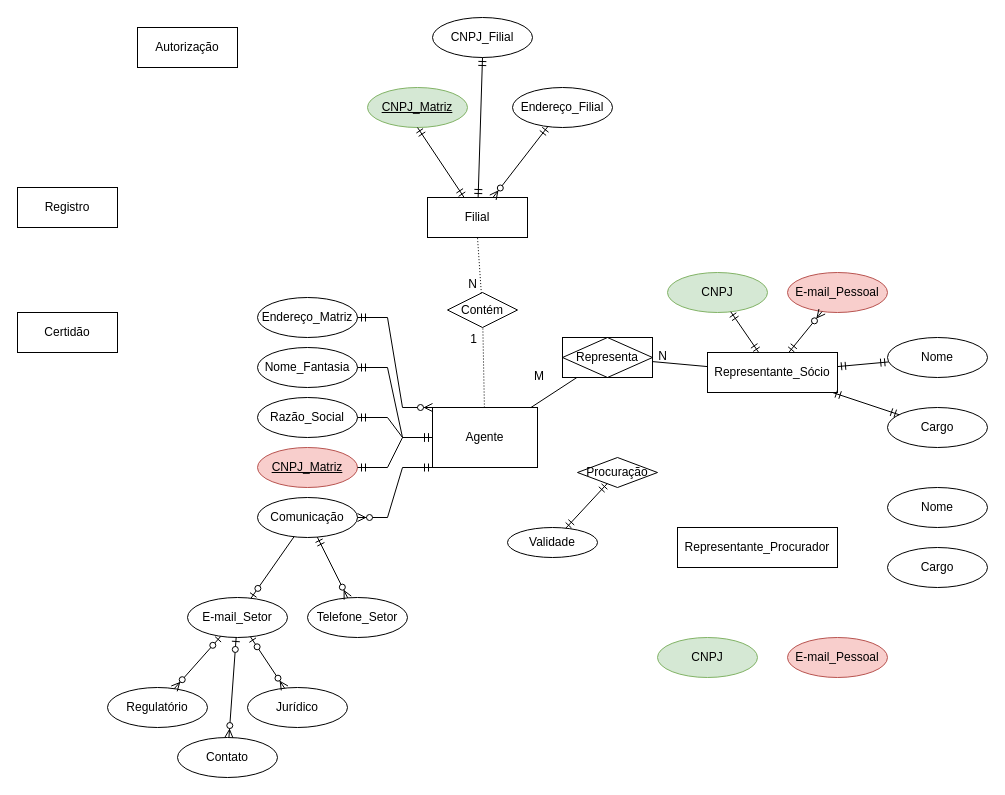
GustavoCoutinhoAraujo/GustavoCoutinhoAraujo keeps this draw.io diagram as Cadastro.drawio. Above is the earlier version. Source tidied: cells renumbered, new cells numbered last; positions are measured from the earlier drawing's top-left corner, leaving out a move shared by most shapes. Both pictures are drawn from the tidied source at 100%, with x=0, y=0 at pixel (17, 17).
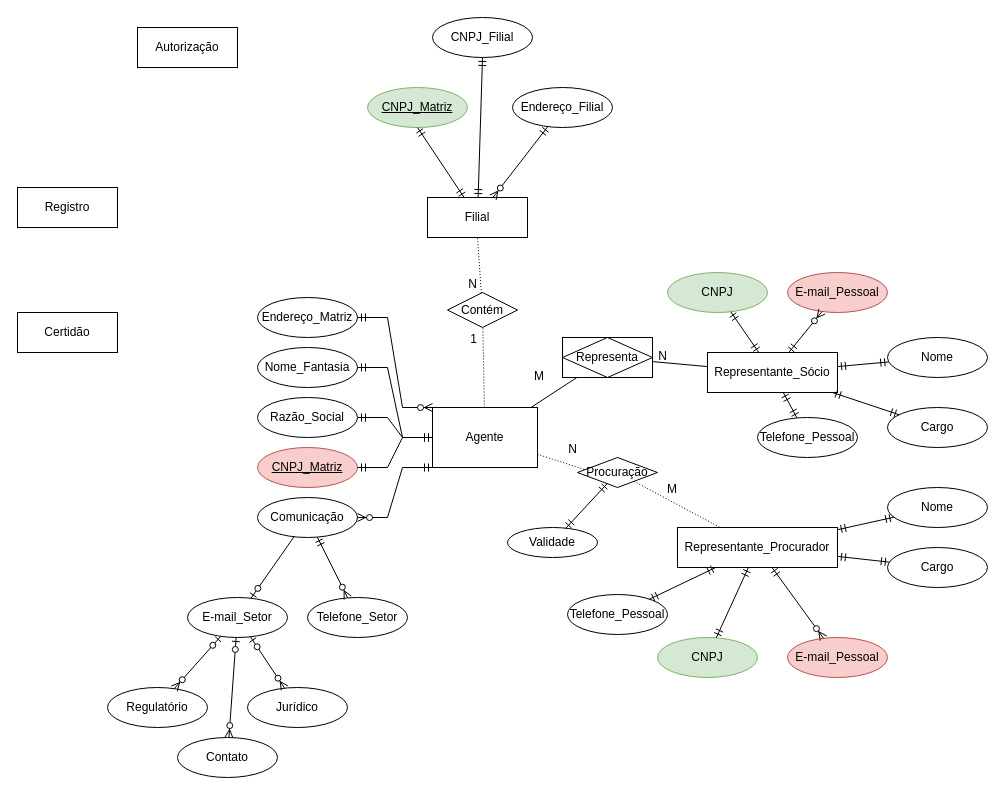
The same diagram, later.

Unchanged cells that the change refers to:
```xml
<mxCell id="9" value="Agente" style="whiteSpace=wrap;html=1;align=center;" parent="1" vertex="1">
  <mxGeometry x="415" y="390" width="105" height="60" as="geometry" />
</mxCell>
<mxCell id="34" value="Representante_Sócio" style="whiteSpace=wrap;html=1;align=center;" parent="1" vertex="1">
  <mxGeometry x="690" y="335" width="130" height="40" as="geometry" />
</mxCell>
<mxCell id="39" value="Representante_Procurador" style="whiteSpace=wrap;html=1;align=center;" parent="1" vertex="1">
  <mxGeometry x="660" y="510" width="160" height="40" as="geometry" />
</mxCell>
<mxCell id="40" value="CNPJ" style="ellipse;whiteSpace=wrap;html=1;align=center;fillColor=#d5e8d4;strokeColor=#82b366;" parent="1" vertex="1">
  <mxGeometry x="640" y="620" width="100" height="40" as="geometry" />
</mxCell>
<mxCell id="41" value="E-mail_Pessoal" style="ellipse;whiteSpace=wrap;html=1;align=center;fillColor=#f8cecc;strokeColor=#b85450;" parent="1" vertex="1">
  <mxGeometry x="770" y="620" width="100" height="40" as="geometry" />
</mxCell>
<mxCell id="42" value="Nome" style="ellipse;whiteSpace=wrap;html=1;align=center;" parent="1" vertex="1">
  <mxGeometry x="870" y="470" width="100" height="40" as="geometry" />
</mxCell>
<mxCell id="43" value="Cargo" style="ellipse;whiteSpace=wrap;html=1;align=center;" parent="1" vertex="1">
  <mxGeometry x="870" y="530" width="100" height="40" as="geometry" />
</mxCell>
<mxCell id="44" value="Procuração" style="shape=rhombus;perimeter=rhombusPerimeter;whiteSpace=wrap;html=1;align=center;" parent="1" vertex="1">
  <mxGeometry x="560" y="440" width="80" height="30" as="geometry" />
</mxCell>
```

Change to the diagram source:
```diff
@@
+    <mxCell id="60" style="endArrow=none;html=1;rounded=0;dashed=1;dashPattern=1 2;entryX=0.099;entryY=0.409;entryDx=0;entryDy=0;entryPerimeter=0;" parent="1" edge="1" source="9" target="44">
+      <mxGeometry relative="1" as="geometry" />
+    </mxCell>
+    <mxCell id="61" value="N" style="html=1;align=right;verticalAlign=bottom;" parent="60" vertex="1">
+      <mxGeometry x="1" relative="1" as="geometry">
+        <mxPoint x="-8" y="-12" as="offset" />
+      </mxGeometry>
+    </mxCell>
+    <mxCell id="62" style="endArrow=none;html=1;rounded=0;dashed=1;dashPattern=1 2;" parent="1" edge="1" source="44" target="39">
+      <mxGeometry relative="1" as="geometry" />
+    </mxCell>
+    <mxCell id="63" value="M" style="html=1;align=right;verticalAlign=bottom;" parent="62" vertex="1">
+      <mxGeometry x="1" relative="1" as="geometry">
+        <mxPoint x="-43" y="-30" as="offset" />
+      </mxGeometry>
+    </mxCell>
+    <mxCell id="64" style="fontSize=12;html=1;endArrow=ERmandOne;startArrow=ERmandOne;rounded=0;" parent="1" edge="1" source="40" target="39">
+      <mxGeometry relative="1" as="geometry" />
+    </mxCell>
+    <mxCell id="65" style="fontSize=12;html=1;endArrow=ERzeroToMany;startArrow=ERmandOne;rounded=0;" parent="1" edge="1" source="39" target="41">
+      <mxGeometry relative="1" as="geometry" />
+    </mxCell>
+    <mxCell id="66" style="fontSize=12;html=1;endArrow=ERmandOne;startArrow=ERmandOne;rounded=0;" parent="1" edge="1" source="39" target="42">
+      <mxGeometry relative="1" as="geometry" />
+    </mxCell>
+    <mxCell id="67" style="fontSize=12;html=1;endArrow=ERmandOne;startArrow=ERmandOne;rounded=0;" parent="1" edge="1" source="39" target="43">
+      <mxGeometry relative="1" as="geometry" />
+    </mxCell>
+    <mxCell id="68" value="Telefone_Pessoal" style="ellipse;whiteSpace=wrap;html=1;align=center;" parent="1" vertex="1">
+      <mxGeometry x="740" y="400" width="100" height="40" as="geometry" />
+    </mxCell>
+    <mxCell id="69" style="fontSize=12;html=1;endArrow=ERmandOne;startArrow=ERmandOne;rounded=0;" parent="1" edge="1" source="34" target="68">
+      <mxGeometry relative="1" as="geometry" />
+    </mxCell>
+    <mxCell id="70" value="Telefone_Pessoal" style="ellipse;whiteSpace=wrap;html=1;align=center;" parent="1" vertex="1">
+      <mxGeometry x="550" y="577" width="100" height="40" as="geometry" />
+    </mxCell>
+    <mxCell id="71" style="fontSize=12;html=1;endArrow=ERmandOne;startArrow=ERmandOne;rounded=0;" parent="1" edge="1" source="70" target="39">
+      <mxGeometry relative="1" as="geometry" />
+    </mxCell>
```
